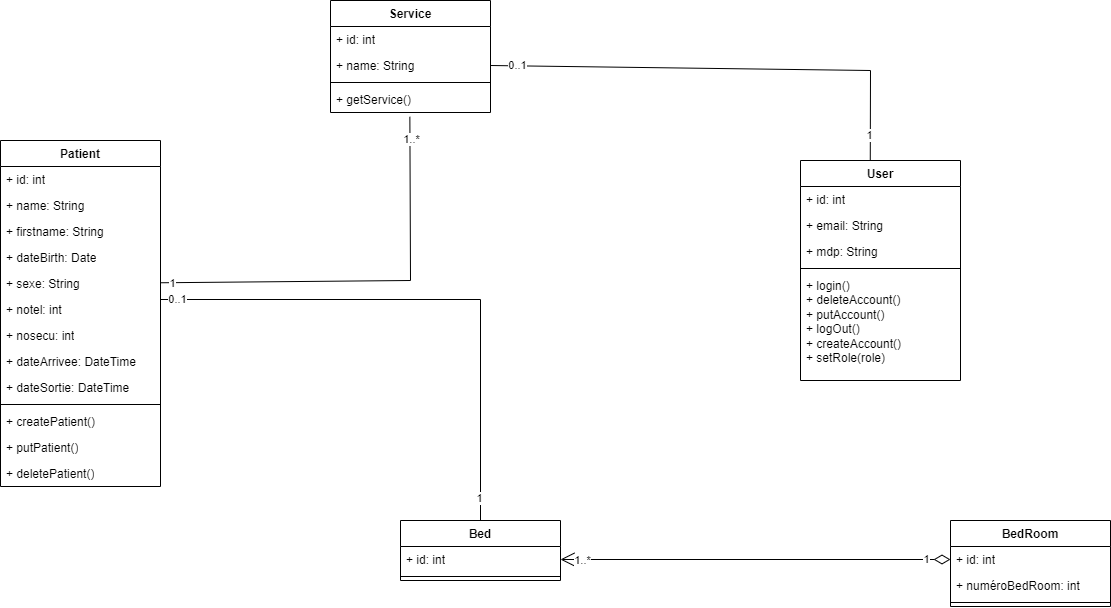
This is UML/UML-Diagramme de classe.drawio.png from florianpoteau/CDA-Hopital-Back, a draw.io export, as it was before one commit. Source tidied: cells renumbered, new cells last; positions are measured from the earlier drawing's top-left corner, leaving out a move shared by most shapes. Its diagram source:
```xml
<mxGraphModel>
  <root>
    <mxCell id="0" />
    <mxCell id="1" parent="0" />
    <mxCell id="2" value="Bed" style="swimlane;fontStyle=1;align=center;verticalAlign=top;horizontal=1;startSize=26;whiteSpace=wrap;html=1;" parent="1" vertex="1">
      <mxGeometry x="400" y="520" width="160" height="60" as="geometry" />
    </mxCell>
    <mxCell id="3" value="+ id: int" style="text;strokeColor=none;fillColor=none;align=left;verticalAlign=top;spacingLeft=4;spacingRight=4;overflow=hidden;points=[[0,0.5],[1,0.5]];portConstraint=eastwest;whiteSpace=wrap;html=1;" parent="2" vertex="1">
      <mxGeometry y="26" width="160" height="26" as="geometry" />
    </mxCell>
    <mxCell id="4" style="line;strokeWidth=1;fillColor=none;align=left;verticalAlign=middle;spacingTop=-1;spacingLeft=3;spacingRight=3;labelPosition=right;strokeColor=inherit;" parent="2" vertex="1">
      <mxGeometry y="52" width="160" height="8" as="geometry" />
    </mxCell>
    <mxCell id="5" value="BedRoom" style="swimlane;fontStyle=1;align=center;verticalAlign=top;horizontal=1;startSize=26;whiteSpace=wrap;html=1;" parent="1" vertex="1">
      <mxGeometry x="950" y="520" width="160" height="86" as="geometry" />
    </mxCell>
    <mxCell id="6" value="+ id: int" style="text;strokeColor=none;fillColor=none;align=left;verticalAlign=top;spacingLeft=4;spacingRight=4;overflow=hidden;points=[[0,0.5],[1,0.5]];portConstraint=eastwest;whiteSpace=wrap;html=1;" parent="5" vertex="1">
      <mxGeometry y="26" width="160" height="26" as="geometry" />
    </mxCell>
    <mxCell id="7" value="+ numéroBedRoom: int" style="text;strokeColor=none;fillColor=none;align=left;verticalAlign=top;spacingLeft=4;spacingRight=4;overflow=hidden;whiteSpace=wrap;html=1;" parent="5" vertex="1">
      <mxGeometry y="52" width="160" height="26" as="geometry" />
    </mxCell>
    <mxCell id="8" style="line;strokeWidth=1;fillColor=none;align=left;verticalAlign=middle;spacingTop=-1;spacingLeft=3;spacingRight=3;labelPosition=right;strokeColor=inherit;" parent="5" vertex="1">
      <mxGeometry y="78" width="160" height="8" as="geometry" />
    </mxCell>
    <mxCell id="9" style="endArrow=none;html=1;rounded=0;entryX=0.436;entryY=0.01;entryDx=0;entryDy=0;entryPerimeter=0;exitX=1;exitY=0.5;exitDx=0;exitDy=0;" parent="1" edge="1" source="29" target="21">
      <mxGeometry relative="1" as="geometry">
        <Array as="points">
          <mxPoint x="870" y="70" />
        </Array>
      </mxGeometry>
    </mxCell>
    <mxCell id="10" value="1" style="edgeLabel;html=1;align=center;verticalAlign=middle;" parent="9" vertex="1">
      <mxGeometry x="0.89" y="-1" relative="1" as="geometry">
        <mxPoint y="-1" as="offset" />
      </mxGeometry>
    </mxCell>
    <mxCell id="11" value="0..1" style="edgeLabel;html=1;align=center;verticalAlign=middle;" parent="9" vertex="1">
      <mxGeometry x="-0.89" y="1" relative="1" as="geometry">
        <mxPoint x="-1" as="offset" />
      </mxGeometry>
    </mxCell>
    <mxCell id="12" style="endArrow=none;html=1;rounded=0;entryX=0.496;entryY=1.166;entryDx=0;entryDy=0;entryPerimeter=0;" parent="1" edge="1" source="37" target="31">
      <mxGeometry relative="1" as="geometry">
        <Array as="points">
          <mxPoint x="410" y="280" />
        </Array>
      </mxGeometry>
    </mxCell>
    <mxCell id="13" value="1..*" style="edgeLabel;html=1;align=center;verticalAlign=middle;" parent="12" vertex="1">
      <mxGeometry x="0.89" y="-1" relative="1" as="geometry" />
    </mxCell>
    <mxCell id="14" value="1" style="edgeLabel;html=1;align=center;verticalAlign=middle;" parent="12" vertex="1">
      <mxGeometry x="-0.94" relative="1" as="geometry" />
    </mxCell>
    <mxCell id="15" style="endArrow=none;html=1;rounded=0;entryX=0.5;entryY=0;entryDx=0;entryDy=0;" parent="1" edge="1" target="2">
      <mxGeometry relative="1" as="geometry">
        <mxPoint x="160" y="299" as="sourcePoint" />
        <Array as="points">
          <mxPoint x="480" y="299" />
        </Array>
      </mxGeometry>
    </mxCell>
    <mxCell id="16" value="0..1" style="edgeLabel;html=1;align=center;verticalAlign=middle;" parent="15" vertex="1">
      <mxGeometry x="-0.94" relative="1" as="geometry" />
    </mxCell>
    <mxCell id="17" value="1" style="edgeLabel;html=1;align=center;verticalAlign=middle;" parent="15" vertex="1">
      <mxGeometry x="0.92" y="-1" relative="1" as="geometry" />
    </mxCell>
    <mxCell id="18" style="endArrow=open;html=1;endSize=12;startArrow=diamondThin;startSize=14;startFill=0;edgeStyle=orthogonalEdgeStyle;align=left;verticalAlign=bottom;rounded=0;exitX=0;exitY=0.5;exitDx=0;exitDy=0;entryX=1;entryY=0.5;entryDx=0;entryDy=0;" parent="1" edge="1" source="6" target="3">
      <mxGeometry x="-1" y="3" relative="1" as="geometry" />
    </mxCell>
    <mxCell id="19" value="1" style="edgeLabel;html=1;align=center;verticalAlign=middle;" parent="18" vertex="1">
      <mxGeometry x="-0.87" relative="1" as="geometry" />
    </mxCell>
    <mxCell id="20" value="1..*" style="edgeLabel;html=1;align=center;verticalAlign=middle;" parent="18" vertex="1">
      <mxGeometry x="0.89" y="1" relative="1" as="geometry" />
    </mxCell>
    <mxCell id="21" value="User" style="swimlane;fontStyle=1;align=center;verticalAlign=top;horizontal=1;startSize=26;whiteSpace=wrap;html=1;" parent="1" vertex="1">
      <mxGeometry x="800" y="160" width="160" height="220" as="geometry" />
    </mxCell>
    <mxCell id="22" value="+ id: int" style="text;strokeColor=none;fillColor=none;align=left;verticalAlign=top;spacingLeft=4;spacingRight=4;overflow=hidden;whiteSpace=wrap;html=1;" parent="21" vertex="1">
      <mxGeometry y="26" width="160" height="26" as="geometry" />
    </mxCell>
    <mxCell id="23" value="+ email: String" style="text;strokeColor=none;fillColor=none;align=left;verticalAlign=top;spacingLeft=4;spacingRight=4;overflow=hidden;whiteSpace=wrap;html=1;" parent="21" vertex="1">
      <mxGeometry y="52" width="160" height="26" as="geometry" />
    </mxCell>
    <mxCell id="24" value="+ mdp: String" style="text;strokeColor=none;fillColor=none;align=left;verticalAlign=top;spacingLeft=4;spacingRight=4;overflow=hidden;whiteSpace=wrap;html=1;" parent="21" vertex="1">
      <mxGeometry y="78" width="160" height="26" as="geometry" />
    </mxCell>
    <mxCell id="25" style="line;strokeWidth=1;fillColor=none;align=left;verticalAlign=middle;spacingTop=-1;spacingLeft=3;spacingRight=3;labelPosition=right;strokeColor=inherit;" parent="21" vertex="1">
      <mxGeometry y="104" width="160" height="8" as="geometry" />
    </mxCell>
    <mxCell id="26" value="+ login()&lt;div&gt;+ deleteAccount()&lt;/div&gt;&lt;div&gt;+ putAccount()&lt;/div&gt;&lt;div&gt;+ logOut()&lt;/div&gt;&lt;div&gt;+ createAccount()&lt;/div&gt;&lt;div&gt;+ setRole(role)&lt;/div&gt;" style="text;strokeColor=none;fillColor=none;align=left;verticalAlign=top;spacingLeft=4;spacingRight=4;overflow=hidden;whiteSpace=wrap;html=1;" parent="21" vertex="1">
      <mxGeometry y="112" width="160" height="108" as="geometry" />
    </mxCell>
    <mxCell id="27" value="Service" style="swimlane;fontStyle=1;align=center;verticalAlign=top;horizontal=1;startSize=26;whiteSpace=wrap;html=1;" parent="1" vertex="1">
      <mxGeometry x="330" width="160" height="112" as="geometry" />
    </mxCell>
    <mxCell id="28" value="+ id: int" style="text;strokeColor=none;fillColor=none;align=left;verticalAlign=top;spacingLeft=4;spacingRight=4;overflow=hidden;whiteSpace=wrap;html=1;" parent="27" vertex="1">
      <mxGeometry y="26" width="160" height="26" as="geometry" />
    </mxCell>
    <mxCell id="29" value="+ name: String" style="text;strokeColor=none;fillColor=none;align=left;verticalAlign=top;spacingLeft=4;spacingRight=4;overflow=hidden;points=[[0,0.5],[1,0.5]];portConstraint=eastwest;whiteSpace=wrap;html=1;" parent="27" vertex="1">
      <mxGeometry y="52" width="160" height="26" as="geometry" />
    </mxCell>
    <mxCell id="30" style="line;strokeWidth=1;fillColor=none;align=left;verticalAlign=middle;spacingTop=-1;spacingLeft=3;spacingRight=3;labelPosition=right;strokeColor=inherit;" parent="27" vertex="1">
      <mxGeometry y="78" width="160" height="8" as="geometry" />
    </mxCell>
    <mxCell id="31" value="+ getService()" style="text;strokeColor=none;fillColor=none;align=left;verticalAlign=top;spacingLeft=4;spacingRight=4;overflow=hidden;points=[[0,0.5],[1,0.5]];portConstraint=eastwest;whiteSpace=wrap;html=1;" parent="27" vertex="1">
      <mxGeometry y="86" width="160" height="26" as="geometry" />
    </mxCell>
    <mxCell id="32" value="Patient" style="swimlane;fontStyle=1;align=center;verticalAlign=top;horizontal=1;startSize=26;whiteSpace=wrap;html=1;" parent="1" vertex="1">
      <mxGeometry y="140" width="160" height="346" as="geometry" />
    </mxCell>
    <mxCell id="33" value="+ id: int" style="text;strokeColor=none;fillColor=none;align=left;verticalAlign=top;spacingLeft=4;spacingRight=4;overflow=hidden;whiteSpace=wrap;html=1;" parent="32" vertex="1">
      <mxGeometry y="26" width="160" height="26" as="geometry" />
    </mxCell>
    <mxCell id="34" value="+ name: String" style="text;strokeColor=none;fillColor=none;align=left;verticalAlign=top;spacingLeft=4;spacingRight=4;overflow=hidden;whiteSpace=wrap;html=1;" parent="32" vertex="1">
      <mxGeometry y="52" width="160" height="26" as="geometry" />
    </mxCell>
    <mxCell id="35" value="+ firstname: String" style="text;strokeColor=none;fillColor=none;align=left;verticalAlign=top;spacingLeft=4;spacingRight=4;overflow=hidden;whiteSpace=wrap;html=1;" parent="32" vertex="1">
      <mxGeometry y="78" width="160" height="26" as="geometry" />
    </mxCell>
    <mxCell id="36" value="+ dateBirth: Date" style="text;strokeColor=none;fillColor=none;align=left;verticalAlign=top;spacingLeft=4;spacingRight=4;overflow=hidden;whiteSpace=wrap;html=1;" parent="32" vertex="1">
      <mxGeometry y="104" width="160" height="26" as="geometry" />
    </mxCell>
    <mxCell id="37" value="+ sexe: String" style="text;strokeColor=none;fillColor=none;align=left;verticalAlign=top;spacingLeft=4;spacingRight=4;overflow=hidden;points=[[0,0.5],[1,0.5]];portConstraint=eastwest;whiteSpace=wrap;html=1;" parent="32" vertex="1">
      <mxGeometry y="130" width="160" height="26" as="geometry" />
    </mxCell>
    <mxCell id="38" value="+ notel: int" style="text;strokeColor=none;fillColor=none;align=left;verticalAlign=top;spacingLeft=4;spacingRight=4;overflow=hidden;whiteSpace=wrap;html=1;" parent="32" vertex="1">
      <mxGeometry y="156" width="160" height="26" as="geometry" />
    </mxCell>
    <mxCell id="39" value="+ nosecu: int" style="text;strokeColor=none;fillColor=none;align=left;verticalAlign=top;spacingLeft=4;spacingRight=4;overflow=hidden;whiteSpace=wrap;html=1;" parent="32" vertex="1">
      <mxGeometry y="182" width="160" height="26" as="geometry" />
    </mxCell>
    <mxCell id="40" value="+ dateArrivee: DateTime" style="text;strokeColor=none;fillColor=none;align=left;verticalAlign=top;spacingLeft=4;spacingRight=4;overflow=hidden;whiteSpace=wrap;html=1;" parent="32" vertex="1">
      <mxGeometry y="208" width="160" height="26" as="geometry" />
    </mxCell>
    <mxCell id="41" value="+ dateSortie: DateTime" style="text;strokeColor=none;fillColor=none;align=left;verticalAlign=top;spacingLeft=4;spacingRight=4;overflow=hidden;whiteSpace=wrap;html=1;" parent="32" vertex="1">
      <mxGeometry y="234" width="160" height="26" as="geometry" />
    </mxCell>
    <mxCell id="42" style="line;strokeWidth=1;fillColor=none;align=left;verticalAlign=middle;spacingTop=-1;spacingLeft=3;spacingRight=3;labelPosition=right;strokeColor=inherit;" parent="32" vertex="1">
      <mxGeometry y="260" width="160" height="8" as="geometry" />
    </mxCell>
    <mxCell id="43" value="+ createPatient()" style="text;strokeColor=none;fillColor=none;align=left;verticalAlign=top;spacingLeft=4;spacingRight=4;overflow=hidden;whiteSpace=wrap;html=1;" parent="32" vertex="1">
      <mxGeometry y="268" width="160" height="26" as="geometry" />
    </mxCell>
    <mxCell id="44" value="+ putPatient()" style="text;strokeColor=none;fillColor=none;align=left;verticalAlign=top;spacingLeft=4;spacingRight=4;overflow=hidden;whiteSpace=wrap;html=1;" parent="32" vertex="1">
      <mxGeometry y="294" width="160" height="26" as="geometry" />
    </mxCell>
    <mxCell id="45" value="+ deletePatient()" style="text;strokeColor=none;fillColor=none;align=left;verticalAlign=top;spacingLeft=4;spacingRight=4;overflow=hidden;whiteSpace=wrap;html=1;" parent="32" vertex="1">
      <mxGeometry y="320" width="160" height="26" as="geometry" />
    </mxCell>
  </root>
</mxGraphModel>
```
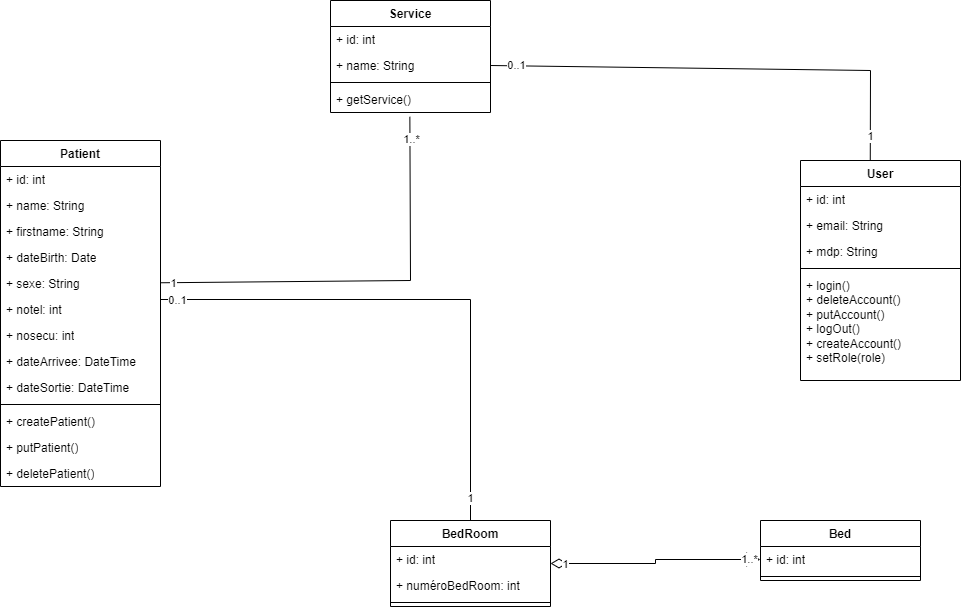
Later version of the same file.

Commit message:
docs(UML): Diagramme de classe modifié

Diff of the diagram source:
```diff
@@ -3,7 +3,7 @@
     <mxCell id="0" />
     <mxCell id="1" parent="0" />
     <mxCell id="2" value="Bed" style="swimlane;fontStyle=1;align=center;verticalAlign=top;horizontal=1;startSize=26;whiteSpace=wrap;html=1;" parent="1" vertex="1">
-      <mxGeometry x="400" y="520" width="160" height="60" as="geometry" />
+      <mxGeometry x="760" y="520" width="160" height="60" as="geometry" />
     </mxCell>
     <mxCell id="3" value="+ id: int" style="text;strokeColor=none;fillColor=none;align=left;verticalAlign=top;spacingLeft=4;spacingRight=4;overflow=hidden;points=[[0,0.5],[1,0.5]];portConstraint=eastwest;whiteSpace=wrap;html=1;" parent="2" vertex="1">
       <mxGeometry y="26" width="160" height="26" as="geometry" />
@@ -12,7 +12,7 @@
       <mxGeometry y="52" width="160" height="8" as="geometry" />
     </mxCell>
     <mxCell id="5" value="BedRoom" style="swimlane;fontStyle=1;align=center;verticalAlign=top;horizontal=1;startSize=26;whiteSpace=wrap;html=1;" parent="1" vertex="1">
-      <mxGeometry x="950" y="520" width="160" height="86" as="geometry" />
+      <mxGeometry x="390" y="520" width="160" height="86" as="geometry" />
     </mxCell>
     <mxCell id="6" value="+ id: int" style="text;strokeColor=none;fillColor=none;align=left;verticalAlign=top;spacingLeft=4;spacingRight=4;overflow=hidden;points=[[0,0.5],[1,0.5]];portConstraint=eastwest;whiteSpace=wrap;html=1;" parent="5" vertex="1">
       <mxGeometry y="26" width="160" height="26" as="geometry" />
@@ -53,11 +53,11 @@
     <mxCell id="14" value="1" style="edgeLabel;html=1;align=center;verticalAlign=middle;" parent="12" vertex="1">
       <mxGeometry x="-0.94" relative="1" as="geometry" />
     </mxCell>
-    <mxCell id="15" style="endArrow=none;html=1;rounded=0;entryX=0.5;entryY=0;entryDx=0;entryDy=0;" parent="1" edge="1" target="2">
+    <mxCell id="15" style="endArrow=none;html=1;rounded=0;entryX=0.5;entryY=0;entryDx=0;entryDy=0;" parent="1" edge="1" target="5">
       <mxGeometry relative="1" as="geometry">
         <mxPoint x="160" y="299" as="sourcePoint" />
         <Array as="points">
-          <mxPoint x="480" y="299" />
+          <mxPoint x="470" y="299" />
         </Array>
       </mxGeometry>
     </mxCell>
@@ -67,7 +67,7 @@
     <mxCell id="17" value="1" style="edgeLabel;html=1;align=center;verticalAlign=middle;" parent="15" vertex="1">
       <mxGeometry x="0.92" y="-1" relative="1" as="geometry" />
     </mxCell>
-    <mxCell id="18" style="endArrow=open;html=1;endSize=12;startArrow=diamondThin;startSize=14;startFill=0;edgeStyle=orthogonalEdgeStyle;align=left;verticalAlign=bottom;rounded=0;exitX=0;exitY=0.5;exitDx=0;exitDy=0;entryX=1;entryY=0.5;entryDx=0;entryDy=0;" parent="1" edge="1" source="6" target="3">
+    <mxCell id="18" style="endArrow=open;html=1;endSize=12;startArrow=diamondThin;startSize=14;startFill=0;edgeStyle=orthogonalEdgeStyle;align=left;verticalAlign=bottom;rounded=0;exitX=1;exitY=0.5;exitDx=0;exitDy=0;entryX=0;entryY=0.5;entryDx=0;entryDy=0;" parent="1" edge="1" source="5" target="3">
       <mxGeometry x="-1" y="3" relative="1" as="geometry" />
     </mxCell>
     <mxCell id="19" value="1" style="edgeLabel;html=1;align=center;verticalAlign=middle;" parent="18" vertex="1">
```
